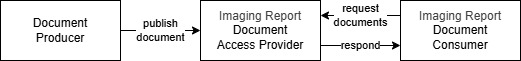
Earlier version of the draw.io export igs/imaging-r4/input/images/imaging-report-document-actors.drawio.png (hl7-eu/imaging). Source tidied: cells renumbered, new cells last; positions are measured from the earlier drawing's top-left corner, leaving out a move shared by most shapes.
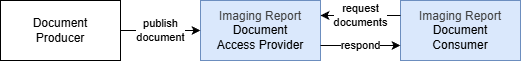
After the commit.

Diff of the diagram source:
```diff
@@ -5,10 +5,10 @@
     <mxCell id="2" value="&lt;div&gt;&lt;span style=&quot;background-color: transparent;&quot;&gt;Document&lt;/span&gt;&lt;/div&gt;&lt;div&gt;Producer&lt;/div&gt;" style="rounded=0;whiteSpace=wrap;html=1;" parent="1" vertex="1">
       <mxGeometry width="120" height="60" as="geometry" />
     </mxCell>
-    <mxCell id="3" value="&lt;span style=&quot;color: rgb(63, 63, 63);&quot;&gt;Imaging Report&lt;/span&gt;&lt;div&gt;Document&lt;div&gt;Access Provider&lt;/div&gt;&lt;/div&gt;" style="rounded=0;whiteSpace=wrap;html=1;" parent="1" vertex="1">
+    <mxCell id="3" value="&lt;span style=&quot;color: rgb(63, 63, 63);&quot;&gt;Imaging Report&lt;/span&gt;&lt;div&gt;Document&lt;div&gt;Access Provider&lt;/div&gt;&lt;/div&gt;" style="rounded=0;whiteSpace=wrap;html=1;fillColor=#dae8fc;strokeColor=#6c8ebf;" parent="1" vertex="1">
       <mxGeometry x="200" width="120" height="60" as="geometry" />
     </mxCell>
-    <mxCell id="4" value="&lt;span style=&quot;color: rgb(63, 63, 63);&quot;&gt;Imaging Report&lt;/span&gt;&lt;div&gt;Document&lt;div&gt;Consumer&lt;/div&gt;&lt;/div&gt;" style="rounded=0;whiteSpace=wrap;html=1;" parent="1" vertex="1">
+    <mxCell id="4" value="&lt;span style=&quot;color: rgb(63, 63, 63);&quot;&gt;Imaging Report&lt;/span&gt;&lt;div&gt;Document&lt;div&gt;Consumer&lt;/div&gt;&lt;/div&gt;" style="rounded=0;whiteSpace=wrap;html=1;fillColor=#dae8fc;strokeColor=#6c8ebf;" parent="1" vertex="1">
       <mxGeometry x="400" width="120" height="60" as="geometry" />
     </mxCell>
     <mxCell id="5" value="publish&lt;div&gt;document&lt;/div&gt;" style="endArrow=classic;html=1;entryX=0;entryY=0.5;entryDx=0;entryDy=0;" parent="1" edge="1" source="2" target="3">
```
